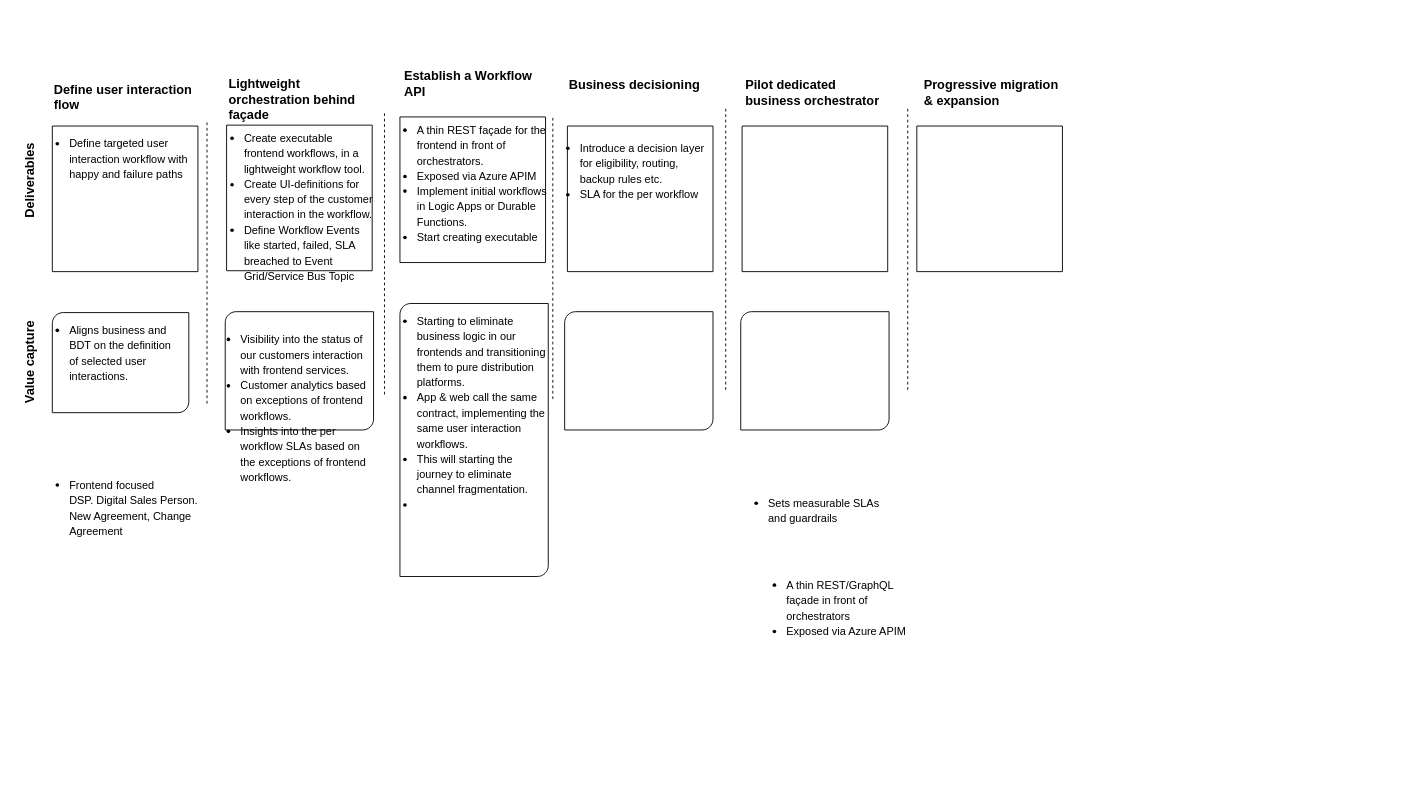
lightenup/eon-one-arch keeps this draw.io diagram as workflow_rollout_strategy.drawio. Above is the earlier version. Source tidied: cells renumbered, new cells numbered last; positions are measured from the earlier drawing's top-left corner, leaving out a move shared by most shapes. Both pictures are drawn from the tidied source at 91%, with x=0, y=0 at pixel (-19, 62).
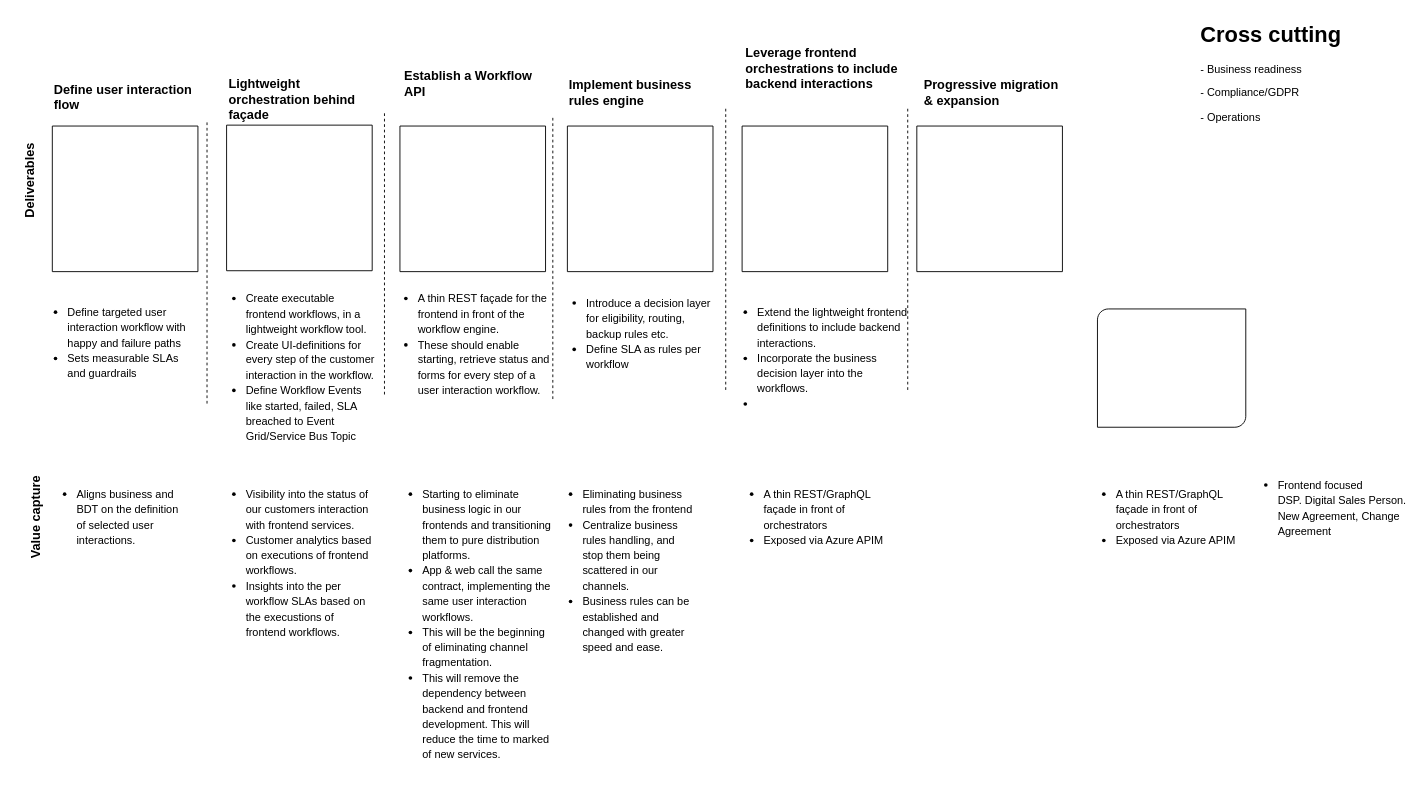
After the change.

Commit message:
Amend workflow engine rollout strategy

The edit, as a diff of the source:
```diff
@@
+    <mxCell id="10" style="verticalLabelPosition=bottom;verticalAlign=top;html=1;shape=mxgraph.basic.rect;fillColor2=none;strokeWidth=1;size=20;indent=5;" parent="1" vertex="1">
+      <mxGeometry x="460" y="70" width="160" height="160" as="geometry" />
+    </mxCell>
+    <mxCell id="21" value="&lt;h3 style=&quot;margin-top: 0px;&quot;&gt;&lt;p style=&quot;font-size: 12px; font-weight: 400;&quot;&gt;&lt;/p&gt;&lt;ul&gt;&lt;li&gt;&lt;span style=&quot;background-color: transparent; color: light-dark(rgb(0, 0, 0), rgb(255, 255, 255)); font-weight: normal;&quot;&gt;&lt;font style=&quot;font-size: 12px;&quot;&gt;A thin REST façade for the frontend in front of the workflow engine.&lt;/font&gt;&lt;/span&gt;&lt;/li&gt;&lt;li&gt;&lt;span style=&quot;background-color: transparent; color: light-dark(rgb(0, 0, 0), rgb(255, 255, 255)); font-weight: normal;&quot;&gt;&lt;font style=&quot;font-size: 12px;&quot;&gt;These should enable starting, retrieve status and forms for every step of&amp;nbsp;&lt;/font&gt;&lt;/span&gt;&lt;span style=&quot;font-size: 12px; font-weight: 400;&quot;&gt;a user interaction workflow.&lt;/span&gt;&amp;nbsp;&lt;/li&gt;&lt;/ul&gt;&lt;p&gt;&lt;/p&gt;&lt;/h3&gt;" style="text;html=1;whiteSpace=wrap;overflow=hidden;rounded=0;spacing=2;spacingLeft=-25;" parent="1" vertex="1">
+      <mxGeometry x="463" y="230" width="165" height="145" as="geometry" />
+    </mxCell>
@@
-    <mxCell id="3" style="verticalLabelPosition=bottom;verticalAlign=top;html=1;shape=mxgraph.basic.diag_round_rect;dx=6;whiteSpace=wrap;" parent="1" vertex="1">
-      <mxGeometry x="78" y="275" width="150" height="110" as="geometry" />
-    </mxCell>
@@
-    <mxCell id="5" style="verticalLabelPosition=bottom;verticalAlign=top;html=1;shape=mxgraph.basic.diag_round_rect;dx=6;whiteSpace=wrap;" parent="1" vertex="1">
-      <mxGeometry x="460" y="265" width="163" height="300" as="geometry" />
-    </mxCell>
@@
     <mxCell id="7" value="&lt;h3 style=&quot;margin-top: 0px;&quot;&gt;&lt;ul&gt;&lt;li&gt;&lt;span style=&quot;background-color: transparent; color: light-dark(rgb(0, 0, 0), rgb(255, 255, 255)); font-size: 12px; font-weight: normal;&quot;&gt;Aligns business and BDT on the definition of selected user interactions.&lt;/span&gt;&lt;/li&gt;&lt;/ul&gt;&lt;/h3&gt;" style="text;html=1;whiteSpace=wrap;overflow=hidden;rounded=0;spacingLeft=-25;" parent="1" vertex="1">
-      <mxGeometry x="79.5" y="265" width="140" height="120" as="geometry" />
+      <mxGeometry x="88" y="445" width="140" height="120" as="geometry" />
     </mxCell>
@@
     <mxCell id="9" value="&lt;font style=&quot;font-size: 14px;&quot;&gt;&lt;b&gt;Value capture&lt;/b&gt;&lt;/font&gt;" style="text;html=1;align=center;verticalAlign=middle;whiteSpace=wrap;rounded=0;rotation=-90;" parent="1" vertex="1">
-      <mxGeometry x="0.5" y="315" width="105" height="30" as="geometry" />
+      <mxGeometry x="8" y="485" width="105" height="30" as="geometry" />
     </mxCell>
-    <mxCell id="10" style="verticalLabelPosition=bottom;verticalAlign=top;html=1;shape=mxgraph.basic.rect;fillColor2=none;strokeWidth=1;size=20;indent=5;" parent="1" vertex="1">
-      <mxGeometry x="460" y="60" width="160" height="160" as="geometry" />
-    </mxCell>
@@
-    <mxCell id="16" value="&lt;h3 style=&quot;margin-top: 0px;&quot;&gt;&lt;span style=&quot;font-size: 14px;&quot;&gt;Pilot dedicated business orchestrator&lt;/span&gt;&lt;span style=&quot;background-color: transparent; color: light-dark(rgb(0, 0, 0), rgb(255, 255, 255)); font-size: 12px; font-weight: normal;&quot;&gt;&amp;nbsp;&lt;/span&gt;&lt;/h3&gt;" style="text;html=1;whiteSpace=wrap;overflow=hidden;rounded=0;" parent="1" vertex="1">
-      <mxGeometry x="838" y="10" width="160" height="40" as="geometry" />
+    <mxCell id="16" value="&lt;h3 style=&quot;margin-top: 0px;&quot;&gt;&lt;font style=&quot;font-size: 14px;&quot;&gt;Leverage frontend orchestrations to include backend&lt;span style=&quot;background-color: transparent; color: light-dark(rgb(0, 0, 0), rgb(255, 255, 255));&quot;&gt;&amp;nbsp;interactions&lt;/span&gt;&lt;/font&gt;&lt;/h3&gt;" style="text;html=1;whiteSpace=wrap;overflow=hidden;rounded=0;" parent="1" vertex="1">
+      <mxGeometry x="838" y="-25" width="170" height="75" as="geometry" />
     </mxCell>
-    <mxCell id="17" value="&lt;h3 style=&quot;margin-top: 0px;&quot;&gt;&lt;span style=&quot;font-size: 14px;&quot;&gt;Business decisioning&lt;/span&gt;&lt;/h3&gt;" style="text;html=1;whiteSpace=wrap;overflow=hidden;rounded=0;" parent="1" vertex="1">
+    <mxCell id="17" value="&lt;h3 style=&quot;margin-top: 0px;&quot;&gt;&lt;span style=&quot;font-size: 14px;&quot;&gt;Implement business rules engine&lt;/span&gt;&lt;/h3&gt;" style="text;html=1;whiteSpace=wrap;overflow=hidden;rounded=0;" parent="1" vertex="1">
       <mxGeometry x="644" y="10" width="164" height="50" as="geometry" />
     </mxCell>
@@
-    <mxCell id="20" value="&lt;h3 style=&quot;margin-top: 0px;&quot;&gt;&lt;p style=&quot;font-size: 12px; font-weight: 400;&quot;&gt;&lt;/p&gt;&lt;ul&gt;&lt;li&gt;&lt;span style=&quot;font-size: 12px; font-weight: 400;&quot;&gt;Define targeted user interaction workflow with h&lt;/span&gt;&lt;font style=&quot;font-size: 12px; font-weight: normal;&quot;&gt;appy and failure paths&lt;/font&gt;&lt;/li&gt;&lt;/ul&gt;&lt;p&gt;&lt;/p&gt;&lt;/h3&gt;" style="text;html=1;whiteSpace=wrap;overflow=hidden;rounded=0;spacingLeft=-25;" parent="1" vertex="1">
-      <mxGeometry x="80" y="60" width="158" height="130" as="geometry" />
+    <mxCell id="20" value="&lt;h3 style=&quot;margin-top: 0px;&quot;&gt;&lt;p style=&quot;font-size: 12px; font-weight: 400;&quot;&gt;&lt;/p&gt;&lt;ul&gt;&lt;li&gt;&lt;span style=&quot;font-size: 12px; font-weight: 400;&quot;&gt;Define targeted user interaction workflow with h&lt;/span&gt;&lt;font style=&quot;font-size: 12px; font-weight: normal;&quot;&gt;appy and failure paths&lt;/font&gt;&lt;/li&gt;&lt;li&gt;&lt;font style=&quot;font-size: 12px; font-weight: normal;&quot;&gt;Sets measurable SLAs and guardrails&lt;/font&gt;&lt;/li&gt;&lt;/ul&gt;&lt;p&gt;&lt;/p&gt;&lt;/h3&gt;" style="text;html=1;whiteSpace=wrap;overflow=hidden;rounded=0;spacingLeft=-25;" parent="1" vertex="1">
+      <mxGeometry x="78" y="245" width="158" height="130" as="geometry" />
     </mxCell>
-    <mxCell id="21" value="&lt;h3 style=&quot;margin-top: 0px;&quot;&gt;&lt;p style=&quot;font-size: 12px; font-weight: 400;&quot;&gt;&lt;/p&gt;&lt;ul&gt;&lt;li&gt;&lt;span style=&quot;background-color: transparent; color: light-dark(rgb(0, 0, 0), rgb(255, 255, 255)); font-weight: normal;&quot;&gt;&lt;font style=&quot;font-size: 12px;&quot;&gt;A thin REST façade for the frontend in front of orchestrators.&lt;/font&gt;&lt;/span&gt;&lt;/li&gt;&lt;li&gt;&lt;span style=&quot;font-size: 12px; font-weight: 400;&quot;&gt;Exposed via Azure APIM&lt;/span&gt;&lt;/li&gt;&lt;li&gt;&lt;span style=&quot;font-size: 12px; font-weight: 400; background-color: transparent; color: light-dark(rgb(0, 0, 0), rgb(255, 255, 255));&quot;&gt;Implement initial workflows in Logic Apps or Durable Functions.&lt;/span&gt;&lt;/li&gt;&lt;li&gt;&lt;span style=&quot;font-size: 12px; font-weight: 400; background-color: transparent; color: light-dark(rgb(0, 0, 0), rgb(255, 255, 255));&quot;&gt;Start creating executable&amp;nbsp;&lt;/span&gt;&lt;/li&gt;&lt;/ul&gt;&lt;p&gt;&lt;/p&gt;&lt;/h3&gt;" style="text;html=1;whiteSpace=wrap;overflow=hidden;rounded=0;spacing=2;spacingLeft=-25;" parent="1" vertex="1">
-      <mxGeometry x="461.5" y="45" width="160" height="190" as="geometry" />
-    </mxCell>
@@
     <mxCell id="25" value="&lt;h3 style=&quot;margin-top: 0px;&quot;&gt;&lt;p style=&quot;font-size: 12px; font-weight: 400;&quot;&gt;&lt;/p&gt;&lt;ul&gt;&lt;li&gt;&lt;span style=&quot;background-color: transparent; color: light-dark(rgb(0, 0, 0), rgb(255, 255, 255)); font-weight: normal;&quot;&gt;&lt;font style=&quot;font-size: 12px;&quot;&gt;A thin REST/GraphQL façade in front of orchestrators&lt;/font&gt;&lt;/span&gt;&lt;/li&gt;&lt;li&gt;&lt;span style=&quot;font-size: 12px; font-weight: 400;&quot;&gt;Exposed via Azure APIM&lt;/span&gt;&lt;/li&gt;&lt;/ul&gt;&lt;p&gt;&lt;/p&gt;&lt;/h3&gt;" style="text;html=1;whiteSpace=wrap;overflow=hidden;rounded=0;spacing=2;spacingLeft=-25;" parent="1" vertex="1">
-      <mxGeometry x="868" y="545" width="160" height="130" as="geometry" />
+      <mxGeometry x="1229.5" y="445" width="160" height="130" as="geometry" />
     </mxCell>
     <mxCell id="26" value="&lt;h3 style=&quot;margin-top: 0px;&quot;&gt;&lt;p style=&quot;font-size: 12px; font-weight: 400;&quot;&gt;&lt;/p&gt;&lt;ul&gt;&lt;li&gt;&lt;span style=&quot;font-size: 12px; font-weight: 400;&quot;&gt;Create executable frontend workflows, in a lightweight workflow tool.&lt;/span&gt;&lt;/li&gt;&lt;li&gt;&lt;span style=&quot;font-size: 12px; font-weight: 400;&quot;&gt;Create UI-definitions for every step of the customer interaction in the workflow.&lt;/span&gt;&lt;/li&gt;&lt;li&gt;&lt;span style=&quot;font-size: 12px; font-weight: 400; background-color: transparent; color: light-dark(rgb(0, 0, 0), rgb(255, 255, 255));&quot;&gt;Define Workflow Events like started, failed, SLA breached to Event Grid/Service Bus Topic&lt;/span&gt;&lt;/li&gt;&lt;/ul&gt;&lt;p&gt;&lt;/p&gt;&lt;/h3&gt;" style="text;html=1;whiteSpace=wrap;overflow=hidden;rounded=0;spacing=2;spacingLeft=-25;" parent="1" vertex="1">
-      <mxGeometry x="271.5" y="54" width="160" height="190" as="geometry" />
+      <mxGeometry x="273.5" y="230" width="160" height="190" as="geometry" />
     </mxCell>
-    <mxCell id="27" style="verticalLabelPosition=bottom;verticalAlign=top;html=1;shape=mxgraph.basic.diag_round_rect;dx=6;whiteSpace=wrap;" parent="1" vertex="1">
-      <mxGeometry x="268" y="274" width="163" height="130" as="geometry" />
-    </mxCell>
-    <mxCell id="28" style="verticalLabelPosition=bottom;verticalAlign=top;html=1;shape=mxgraph.basic.diag_round_rect;dx=6;whiteSpace=wrap;" parent="1" vertex="1">
-      <mxGeometry x="641" y="274" width="163" height="130" as="geometry" />
-    </mxCell>
     <mxCell id="29" style="verticalLabelPosition=bottom;verticalAlign=top;html=1;shape=mxgraph.basic.diag_round_rect;dx=6;whiteSpace=wrap;" parent="1" vertex="1">
-      <mxGeometry x="834.5" y="274" width="163" height="130" as="geometry" />
+      <mxGeometry x="1226.5" y="271" width="163" height="130" as="geometry" />
     </mxCell>
-    <mxCell id="30" value="&lt;h3 style=&quot;margin-top: 0px;&quot;&gt;&lt;p style=&quot;font-size: 12px; font-weight: 400;&quot;&gt;&lt;/p&gt;&lt;ul&gt;&lt;li&gt;&lt;span style=&quot;font-size: 12px; font-weight: 400;&quot;&gt;Visibility into the status of our customers interaction with frontend services.&lt;/span&gt;&lt;/li&gt;&lt;li&gt;&lt;span style=&quot;font-size: 12px; font-weight: 400;&quot;&gt;Customer analytics based on exceptions of frontend workflows.&lt;/span&gt;&lt;/li&gt;&lt;li&gt;&lt;span style=&quot;font-size: 12px; font-weight: 400;&quot;&gt;Insights into the per workflow SLAs based on the&amp;nbsp;&lt;/span&gt;&lt;span style=&quot;font-size: 12px; font-weight: 400;&quot;&gt;exceptions of frontend workflows.&lt;/span&gt;&lt;/li&gt;&lt;/ul&gt;&lt;p&gt;&lt;/p&gt;&lt;/h3&gt;" style="text;html=1;whiteSpace=wrap;overflow=hidden;rounded=0;spacing=2;spacingLeft=-25;" parent="1" vertex="1">
-      <mxGeometry x="268" y="275" width="160" height="210" as="geometry" />
+    <mxCell id="30" value="&lt;h3 style=&quot;margin-top: 0px;&quot;&gt;&lt;p style=&quot;font-size: 12px; font-weight: 400;&quot;&gt;&lt;/p&gt;&lt;ul&gt;&lt;li&gt;&lt;span style=&quot;font-size: 12px; font-weight: 400;&quot;&gt;Visibility into the status of our customers interaction with frontend services.&lt;/span&gt;&lt;/li&gt;&lt;li&gt;&lt;span style=&quot;font-size: 12px; font-weight: 400;&quot;&gt;Customer analytics based on executions of frontend workflows.&lt;/span&gt;&lt;/li&gt;&lt;li&gt;&lt;span style=&quot;font-size: 12px; font-weight: 400;&quot;&gt;Insights into the per workflow SLAs based on the&amp;nbsp;&lt;/span&gt;&lt;span style=&quot;font-size: 12px; font-weight: 400;&quot;&gt;execustions of frontend workflows.&lt;/span&gt;&lt;/li&gt;&lt;/ul&gt;&lt;p&gt;&lt;/p&gt;&lt;/h3&gt;" style="text;html=1;whiteSpace=wrap;overflow=hidden;rounded=0;spacing=2;spacingLeft=-25;" parent="1" vertex="1">
+      <mxGeometry x="273.5" y="445" width="160" height="210" as="geometry" />
     </mxCell>
-    <mxCell id="31" value="&lt;h3 style=&quot;margin-top: 0px;&quot;&gt;&lt;p style=&quot;font-size: 12px; font-weight: 400;&quot;&gt;&lt;/p&gt;&lt;ul&gt;&lt;li&gt;&lt;span style=&quot;background-color: transparent; color: light-dark(rgb(0, 0, 0), rgb(255, 255, 255)); font-weight: normal;&quot;&gt;&lt;font style=&quot;font-size: 12px;&quot;&gt;Introduce a decision layer for eligibility, routing, backup rules etc.&lt;/font&gt;&lt;/span&gt;&lt;/li&gt;&lt;li&gt;&lt;span style=&quot;background-color: transparent; color: light-dark(rgb(0, 0, 0), rgb(255, 255, 255)); font-weight: normal;&quot;&gt;&lt;font style=&quot;font-size: 12px;&quot;&gt;SLA for the per workflow&lt;/font&gt;&lt;/span&gt;&lt;/li&gt;&lt;/ul&gt;&lt;p&gt;&lt;/p&gt;&lt;/h3&gt;" style="text;html=1;whiteSpace=wrap;overflow=hidden;rounded=0;spacing=2;spacingLeft=-25;" parent="1" vertex="1">
-      <mxGeometry x="641" y="65" width="160" height="130" as="geometry" />
+    <mxCell id="31" value="&lt;h3 style=&quot;margin-top: 0px;&quot;&gt;&lt;p style=&quot;font-size: 12px; font-weight: 400;&quot;&gt;&lt;/p&gt;&lt;ul&gt;&lt;li&gt;&lt;span style=&quot;background-color: transparent; color: light-dark(rgb(0, 0, 0), rgb(255, 255, 255)); font-weight: normal;&quot;&gt;&lt;font style=&quot;font-size: 12px;&quot;&gt;Introduce a decision layer for eligibility, routing, backup rules etc.&lt;/font&gt;&lt;/span&gt;&lt;/li&gt;&lt;li&gt;&lt;span style=&quot;background-color: transparent; color: light-dark(rgb(0, 0, 0), rgb(255, 255, 255)); font-weight: normal;&quot;&gt;&lt;font style=&quot;font-size: 12px;&quot;&gt;Define SLA as rules per workflow&lt;/font&gt;&lt;/span&gt;&lt;/li&gt;&lt;/ul&gt;&lt;p&gt;&lt;/p&gt;&lt;/h3&gt;" style="text;html=1;whiteSpace=wrap;overflow=hidden;rounded=0;spacing=2;spacingLeft=-25;" parent="1" vertex="1">
+      <mxGeometry x="648" y="235" width="160" height="130" as="geometry" />
     </mxCell>
     <mxCell id="32" value="&lt;h3 style=&quot;margin-top: 0px;&quot;&gt;&lt;p style=&quot;font-size: 12px; font-weight: 400;&quot;&gt;&lt;/p&gt;&lt;ul&gt;&lt;li&gt;&lt;span style=&quot;background-color: transparent; color: light-dark(rgb(0, 0, 0), rgb(255, 255, 255)); font-weight: normal;&quot;&gt;&lt;font style=&quot;font-size: 12px;&quot;&gt;Frontend focused&lt;br&gt;DSP. Digital Sales Person. New Agreement, Change Agreement&lt;br&gt;&lt;br&gt;&lt;/font&gt;&lt;/span&gt;&lt;/li&gt;&lt;/ul&gt;&lt;p&gt;&lt;/p&gt;&lt;/h3&gt;" style="text;html=1;whiteSpace=wrap;overflow=hidden;rounded=0;spacing=2;spacingLeft=-25;" parent="1" vertex="1">
-      <mxGeometry x="79.5" y="435" width="160" height="130" as="geometry" />
+      <mxGeometry x="1408" y="435" width="160" height="130" as="geometry" />
     </mxCell>
-    <mxCell id="33" value="&lt;h3 style=&quot;margin-top: 0px;&quot;&gt;&lt;p style=&quot;font-size: 12px; font-weight: 400;&quot;&gt;&lt;/p&gt;&lt;ul&gt;&lt;li&gt;&lt;font style=&quot;font-size: 12px; font-weight: normal;&quot;&gt;Sets measurable SLAs and guardrails&lt;/font&gt;&lt;/li&gt;&lt;/ul&gt;&lt;p&gt;&lt;/p&gt;&lt;/h3&gt;" style="text;html=1;whiteSpace=wrap;overflow=hidden;rounded=0;spacing=2;spacingLeft=-25;" parent="1" vertex="1">
-      <mxGeometry x="848" y="455" width="160" height="130" as="geometry" />
-    </mxCell>
-    <mxCell id="34" value="&lt;h3 style=&quot;margin-top: 0px;&quot;&gt;&lt;p style=&quot;font-size: 12px; font-weight: 400;&quot;&gt;&lt;/p&gt;&lt;ul&gt;&lt;li&gt;&lt;span style=&quot;font-size: 12px; font-weight: 400;&quot;&gt;Starting to eliminate business logic in our frontends and transitioning them to pure distribution platforms.&lt;/span&gt;&lt;/li&gt;&lt;li&gt;&lt;span style=&quot;font-size: 12px; font-weight: 400;&quot;&gt;App &amp;amp; web call the same contract, implementing the same user interaction workflows.&lt;/span&gt;&lt;/li&gt;&lt;li&gt;&lt;span style=&quot;font-size: 12px; font-weight: 400;&quot;&gt;This will starting the journey to eliminate channel fragmentation.&lt;/span&gt;&lt;/li&gt;&lt;li&gt;&lt;br&gt;&lt;/li&gt;&lt;/ul&gt;&lt;p&gt;&lt;/p&gt;&lt;/h3&gt;" style="text;html=1;whiteSpace=wrap;overflow=hidden;rounded=0;spacing=2;spacingLeft=-25;" parent="1" vertex="1">
-      <mxGeometry x="461.5" y="255" width="160" height="250" as="geometry" />
+    <mxCell id="34" value="&lt;h3 style=&quot;margin-top: 0px;&quot;&gt;&lt;p style=&quot;font-size: 12px; font-weight: 400;&quot;&gt;&lt;/p&gt;&lt;ul&gt;&lt;li&gt;&lt;span style=&quot;font-size: 12px; font-weight: 400;&quot;&gt;Starting to eliminate business logic in our frontends and transitioning them to pure distribution platforms.&lt;/span&gt;&lt;/li&gt;&lt;li&gt;&lt;span style=&quot;font-size: 12px; font-weight: 400;&quot;&gt;App &amp;amp; web call the same contract, implementing the same user interaction workflows.&lt;/span&gt;&lt;/li&gt;&lt;li&gt;&lt;span style=&quot;font-size: 12px; font-weight: 400;&quot;&gt;This will be the beginning of eliminating channel fragmentation.&lt;/span&gt;&lt;/li&gt;&lt;li&gt;&lt;span style=&quot;font-size: 12px; font-weight: 400;&quot;&gt;This will remove the dependency between backend and frontend development. This will reduce the time to marked of new services.&lt;/span&gt;&lt;/li&gt;&lt;/ul&gt;&lt;p&gt;&lt;/p&gt;&lt;/h3&gt;" style="text;html=1;whiteSpace=wrap;overflow=hidden;rounded=0;spacing=2;spacingLeft=-25;" parent="1" vertex="1">
+      <mxGeometry x="468" y="445" width="165" height="330" as="geometry" />
     </mxCell>
@@
+    <mxCell id="36" value="&lt;h1 style=&quot;margin-top: 0px;&quot;&gt;Cross cutting&lt;/h1&gt;&lt;p&gt;- Business readiness&lt;/p&gt;&lt;p&gt;- Compliance/GDPR&lt;/p&gt;&lt;p&gt;- Operations&lt;/p&gt;" style="text;html=1;whiteSpace=wrap;overflow=hidden;rounded=0;" parent="1" vertex="1">
+      <mxGeometry x="1338" y="-51" width="180" height="120" as="geometry" />
+    </mxCell>
+    <mxCell id="37" style="edgeStyle=orthogonalEdgeStyle;rounded=0;orthogonalLoop=1;jettySize=auto;html=1;exitX=0.5;exitY=1;exitDx=0;exitDy=0;" parent="1" edge="1">
+      <mxGeometry relative="1" as="geometry">
+        <mxPoint x="1098" y="685" as="sourcePoint" />
+        <mxPoint x="1098" y="685" as="targetPoint" />
+      </mxGeometry>
+    </mxCell>
+    <mxCell id="38" style="edgeStyle=orthogonalEdgeStyle;rounded=0;orthogonalLoop=1;jettySize=auto;html=1;exitX=0.5;exitY=1;exitDx=0;exitDy=0;" parent="1" edge="1">
+      <mxGeometry relative="1" as="geometry">
+        <mxPoint x="1098" y="685" as="sourcePoint" />
+        <mxPoint x="1098" y="685" as="targetPoint" />
+      </mxGeometry>
+    </mxCell>
+    <mxCell id="39" value="&lt;h3 style=&quot;margin-top: 0px;&quot;&gt;&lt;p style=&quot;font-size: 12px; font-weight: 400;&quot;&gt;&lt;/p&gt;&lt;ul&gt;&lt;li&gt;&lt;span style=&quot;font-size: 12px; font-weight: 400;&quot;&gt;Eliminating business rules from the frontend&lt;/span&gt;&lt;/li&gt;&lt;li&gt;&lt;span style=&quot;font-size: 12px; font-weight: 400;&quot;&gt;Centralize business rules handling, and stop them being scattered in our channels.&lt;/span&gt;&lt;/li&gt;&lt;li&gt;&lt;span style=&quot;font-size: 12px; font-weight: 400;&quot;&gt;Business rules can be established and changed with greater speed and ease.&lt;/span&gt;&lt;/li&gt;&lt;/ul&gt;&lt;p&gt;&lt;/p&gt;&lt;/h3&gt;" style="text;html=1;whiteSpace=wrap;overflow=hidden;rounded=0;spacing=2;spacingLeft=-25;" parent="1" vertex="1">
+      <mxGeometry x="644" y="445" width="144" height="230" as="geometry" />
+    </mxCell>
+    <mxCell id="40" value="&lt;h3 style=&quot;margin-top: 0px;&quot;&gt;&lt;p style=&quot;font-size: 12px; font-weight: 400;&quot;&gt;&lt;/p&gt;&lt;ul&gt;&lt;li&gt;&lt;span style=&quot;font-size: 12px; font-weight: 400;&quot;&gt;Extend the lightweight frontend definitions to include backend interactions.&lt;/span&gt;&lt;/li&gt;&lt;li&gt;&lt;span style=&quot;font-size: 12px; font-weight: 400;&quot;&gt;Incorporate the business decision layer into the workflows.&lt;/span&gt;&lt;/li&gt;&lt;li&gt;&lt;span style=&quot;font-size: 12px; font-weight: 400;&quot;&gt;&lt;br&gt;&lt;/span&gt;&lt;/li&gt;&lt;/ul&gt;&lt;p&gt;&lt;/p&gt;&lt;/h3&gt;" style="text;html=1;whiteSpace=wrap;overflow=hidden;rounded=0;spacing=2;spacingLeft=-25;" parent="1" vertex="1">
+      <mxGeometry x="836" y="245" width="182" height="200" as="geometry" />
+    </mxCell>
+    <mxCell id="41" value="&lt;h3 style=&quot;margin-top: 0px;&quot;&gt;&lt;p style=&quot;font-size: 12px; font-weight: 400;&quot;&gt;&lt;/p&gt;&lt;ul&gt;&lt;li&gt;&lt;span style=&quot;background-color: transparent; color: light-dark(rgb(0, 0, 0), rgb(255, 255, 255)); font-weight: normal;&quot;&gt;&lt;font style=&quot;font-size: 12px;&quot;&gt;A thin REST/GraphQL façade in front of orchestrators&lt;/font&gt;&lt;/span&gt;&lt;/li&gt;&lt;li&gt;&lt;span style=&quot;font-size: 12px; font-weight: 400;&quot;&gt;Exposed via Azure APIM&lt;/span&gt;&lt;/li&gt;&lt;/ul&gt;&lt;p&gt;&lt;/p&gt;&lt;/h3&gt;" style="text;html=1;whiteSpace=wrap;overflow=hidden;rounded=0;spacing=2;spacingLeft=-25;" parent="1" vertex="1">
+      <mxGeometry x="843" y="445" width="160" height="130" as="geometry" />
+    </mxCell>
```
